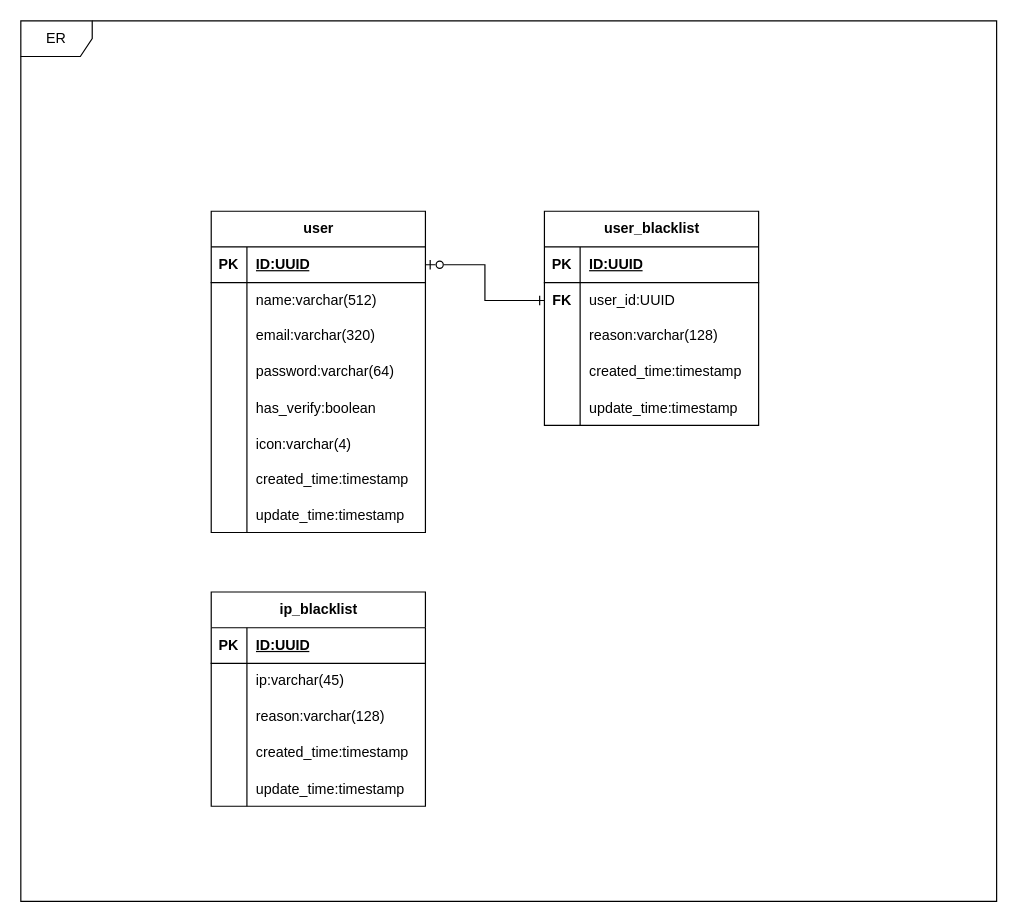
Earlier version of the draw.io diagram doc/er.drawio (KenTsuRinn/ASUUserService). Source tidied: cells renumbered, new cells numbered last; positions are measured from the earlier drawing's top-left corner, leaving out a move shared by most shapes. Both pictures are drawn from the tidied source at 119%, with x=0, y=0 at pixel (20, 20).
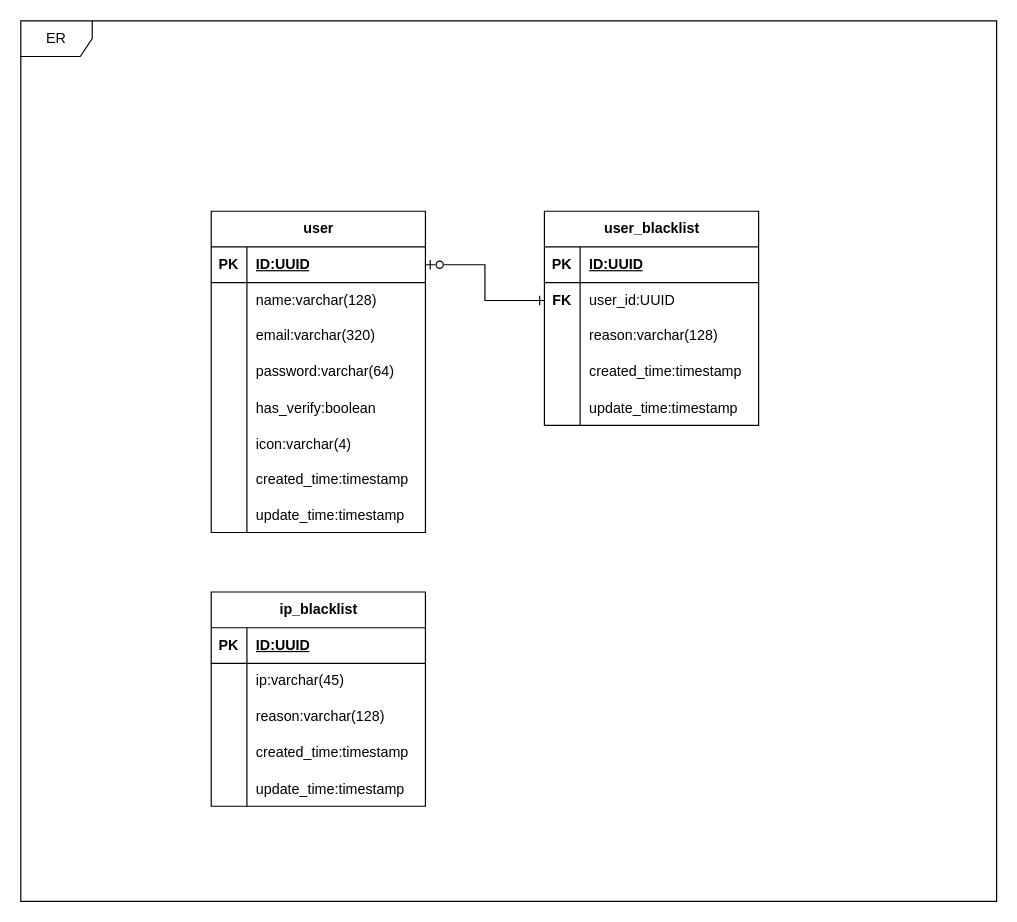
After the change.

The change refers to these unchanged cells:
```xml
<mxCell id="7" style="shape=tableRow;horizontal=0;startSize=0;swimlaneHead=0;swimlaneBody=0;fillColor=none;top=0;left=0;right=0;bottom=0;" parent="3" vertex="1">
  <mxGeometry y="60" width="180" height="30" as="geometry" />
</mxCell>
```

Change to the diagram source:
```diff
@@
-    <mxCell id="9" value="name:varchar(512)" style="shape=partialRectangle;fillColor=none;top=0;left=0;bottom=0;right=0;align=left;spacingLeft=6;overflow=hidden;whiteSpace=wrap;html=1;" parent="7" vertex="1">
+    <mxCell id="9" value="name:varchar(128)" style="shape=partialRectangle;fillColor=none;top=0;left=0;bottom=0;right=0;align=left;spacingLeft=6;overflow=hidden;whiteSpace=wrap;html=1;" parent="7" vertex="1">
       <mxGeometry x="30" width="150" height="30" as="geometry" />
     </mxCell>
```
